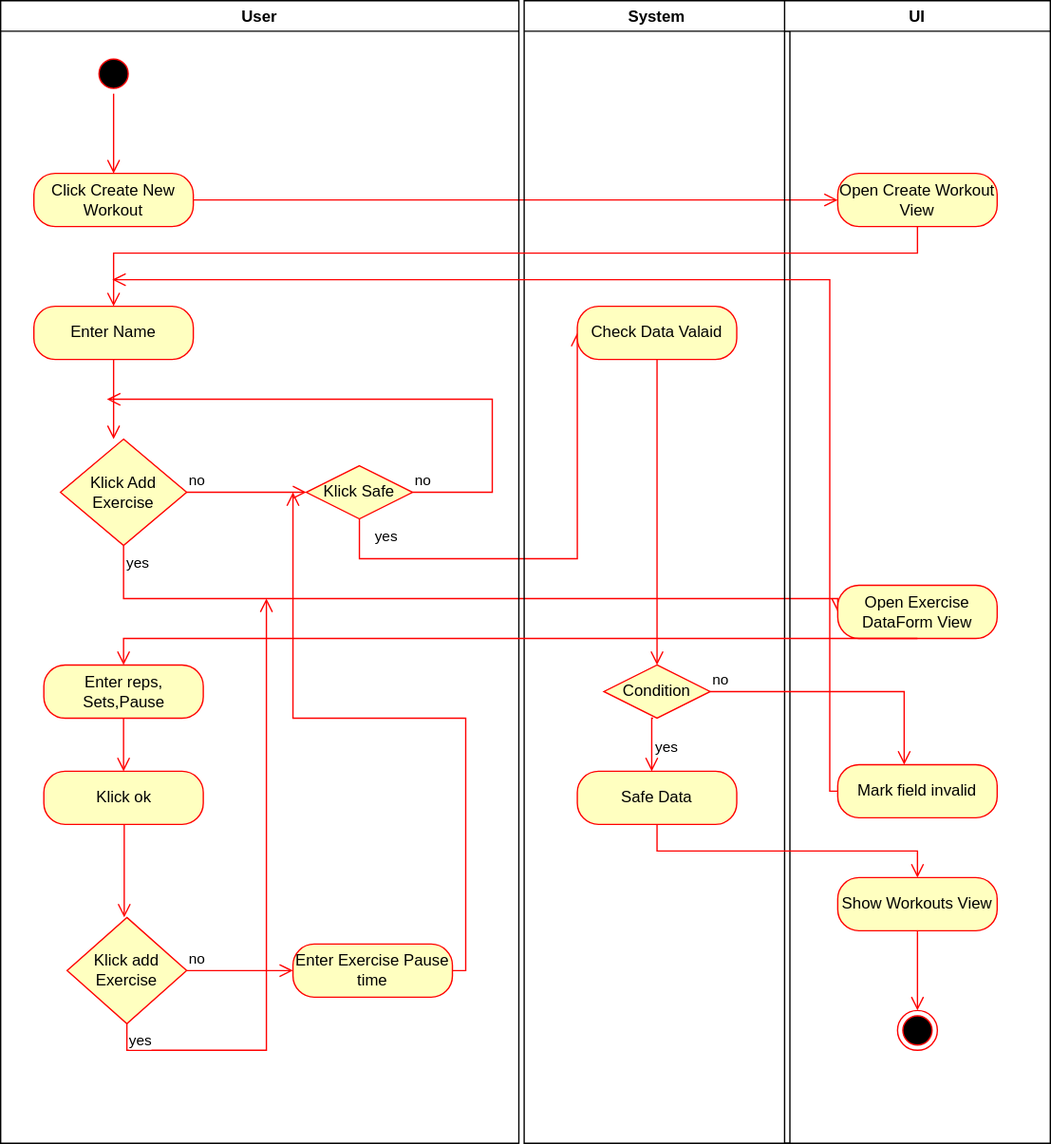
Above: Create_Workout.drawio.svg in willizielke/FitnessWebAppDocumentation (draw.io), before the change. Source tidied: cells renumbered, new cells last; positions are measured from the earlier drawing's top-left corner, leaving out a move shared by most shapes.
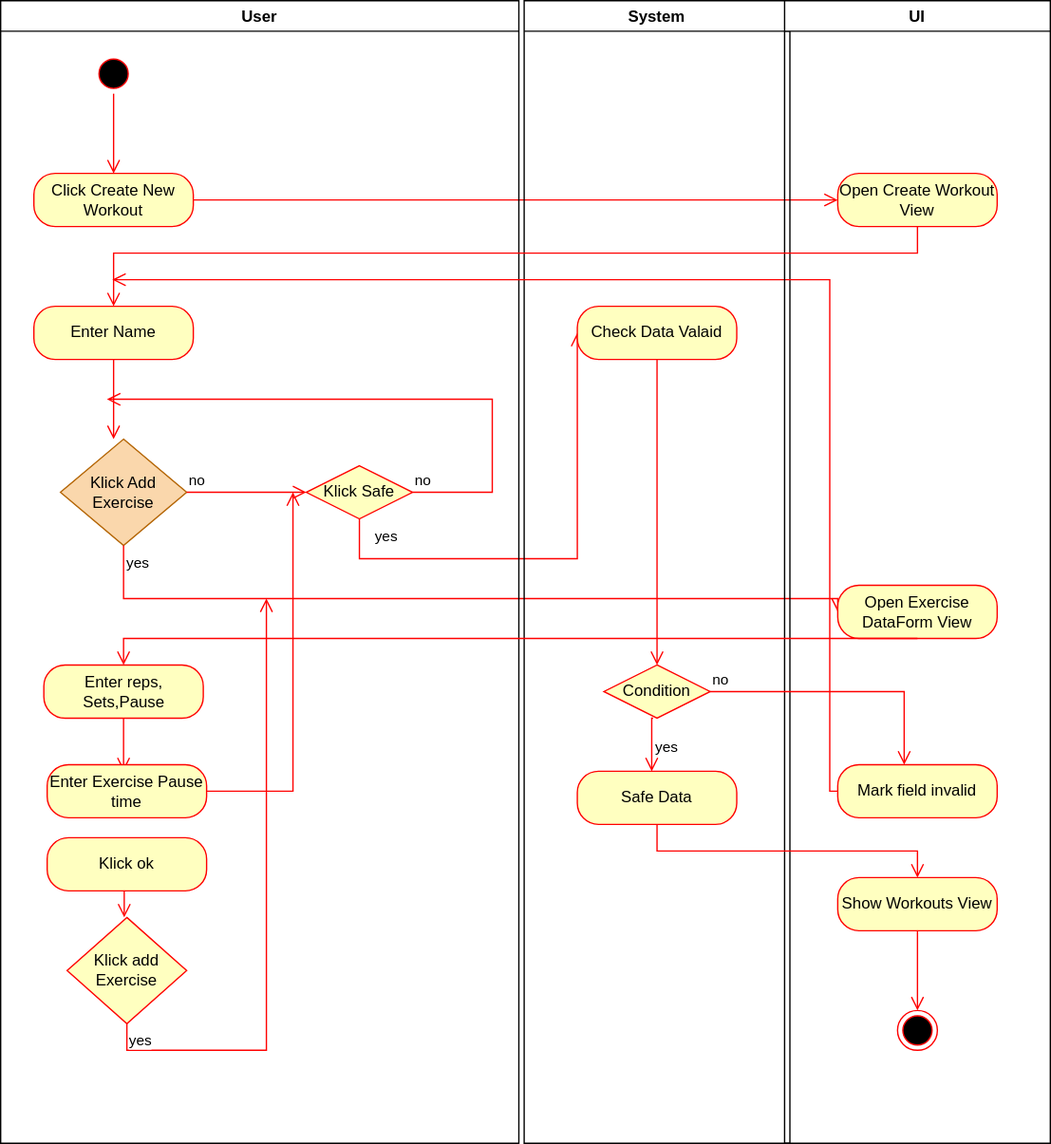
After the commit.

Diff of the diagram source:
```diff
@@ -24,7 +24,7 @@
         <mxPoint x="85" y="330" as="targetPoint" />
       </mxGeometry>
     </mxCell>
-    <mxCell id="8" value="Klick Add Exercise" style="rhombus;whiteSpace=wrap;html=1;fillColor=#ffffc0;strokeColor=#ff0000;" parent="1" vertex="1">
+    <mxCell id="8" value="Klick Add Exercise" style="rhombus;whiteSpace=wrap;html=1;fillColor=#fad7ac;strokeColor=#b46504;fontColor=#000000;" parent="1" vertex="1">
       <mxGeometry x="45" y="330" width="95" height="80" as="geometry" />
     </mxCell>
     <mxCell id="9" value="no" style="edgeStyle=orthogonalEdgeStyle;html=1;align=left;verticalAlign=bottom;endArrow=open;endSize=8;strokeColor=#ff0000;rounded=0;entryX=0;entryY=0.5;entryDx=0;entryDy=0;" parent="1" edge="1" source="8" target="11">
@@ -37,7 +37,7 @@
         </Array>
       </mxGeometry>
     </mxCell>
-    <mxCell id="11" value="Klick Safe" style="rhombus;whiteSpace=wrap;html=1;fillColor=#ffffc0;strokeColor=#ff0000;" parent="1" vertex="1">
+    <mxCell id="11" value="Klick Safe" style="rhombus;whiteSpace=wrap;html=1;fillColor=#ffffc0;strokeColor=#ff0000;fontColor=#000000;" parent="1" vertex="1">
       <mxGeometry x="230" y="350" width="80" height="40" as="geometry" />
     </mxCell>
     <mxCell id="12" value="no" style="edgeStyle=orthogonalEdgeStyle;html=1;align=left;verticalAlign=bottom;endArrow=open;endSize=8;strokeColor=#ff0000;rounded=0;" parent="1" edge="1" source="11">
@@ -67,7 +67,7 @@
       <mxGeometry x="32.5" y="500" width="120" height="40" as="geometry" />
     </mxCell>
     <mxCell id="17" value="Klick ok" style="rounded=1;whiteSpace=wrap;html=1;arcSize=40;fontColor=#000000;fillColor=#ffffc0;strokeColor=#ff0000;" parent="15" vertex="1">
-      <mxGeometry x="32.5" y="580" width="120" height="40" as="geometry" />
+      <mxGeometry x="35" y="630" width="120" height="40" as="geometry" />
     </mxCell>
     <mxCell id="18" style="edgeStyle=orthogonalEdgeStyle;html=1;verticalAlign=bottom;endArrow=open;endSize=8;strokeColor=#ff0000;rounded=0;" parent="15" edge="1" source="17">
       <mxGeometry relative="1" as="geometry">
@@ -77,7 +77,7 @@
         </Array>
       </mxGeometry>
     </mxCell>
-    <mxCell id="19" value="Klick add Exercise" style="rhombus;whiteSpace=wrap;html=1;fillColor=#ffffc0;strokeColor=#ff0000;" parent="15" vertex="1">
+    <mxCell id="19" value="Klick add Exercise" style="rhombus;whiteSpace=wrap;html=1;fillColor=#ffffc0;strokeColor=#ff0000;fontColor=#000000;" parent="15" vertex="1">
       <mxGeometry x="50" y="690" width="90" height="80" as="geometry" />
     </mxCell>
     <mxCell id="20" value="yes" style="edgeStyle=orthogonalEdgeStyle;html=1;align=left;verticalAlign=top;endArrow=open;endSize=8;strokeColor=#ff0000;rounded=0;" parent="15" edge="1" source="19">
@@ -90,11 +90,8 @@
       </mxGeometry>
     </mxCell>
     <mxCell id="21" value="Enter Exercise Pause time" style="rounded=1;whiteSpace=wrap;html=1;arcSize=40;fontColor=#000000;fillColor=#ffffc0;strokeColor=#ff0000;" parent="15" vertex="1">
-      <mxGeometry x="220" y="710" width="120" height="40" as="geometry" />
+      <mxGeometry x="35" y="575" width="120" height="40" as="geometry" />
     </mxCell>
-    <mxCell id="22" value="no" style="edgeStyle=orthogonalEdgeStyle;html=1;align=left;verticalAlign=bottom;endArrow=open;endSize=8;strokeColor=#ff0000;rounded=0;" parent="15" edge="1" source="19" target="21">
-      <mxGeometry x="-1" relative="1" as="geometry" />
-    </mxCell>
     <mxCell id="23" value="System" style="swimlane;" parent="1" vertex="1">
       <mxGeometry x="394" width="200" height="860" as="geometry" />
     </mxCell>
@@ -106,7 +103,7 @@
         <mxPoint x="100" y="500" as="targetPoint" />
       </mxGeometry>
     </mxCell>
-    <mxCell id="26" value="Condition" style="rhombus;whiteSpace=wrap;html=1;fillColor=#ffffc0;strokeColor=#ff0000;" parent="23" vertex="1">
+    <mxCell id="26" value="Condition" style="rhombus;whiteSpace=wrap;html=1;fillColor=#ffffc0;strokeColor=#ff0000;fontColor=#000000;" parent="23" vertex="1">
       <mxGeometry x="60" y="500" width="80" height="40" as="geometry" />
     </mxCell>
     <mxCell id="27" style="edgeStyle=orthogonalEdgeStyle;html=1;verticalAlign=bottom;endArrow=open;endSize=8;strokeColor=#ff0000;rounded=0;exitX=0;exitY=0.5;exitDx=0;exitDy=0;" parent="23" edge="1" source="32">
```
